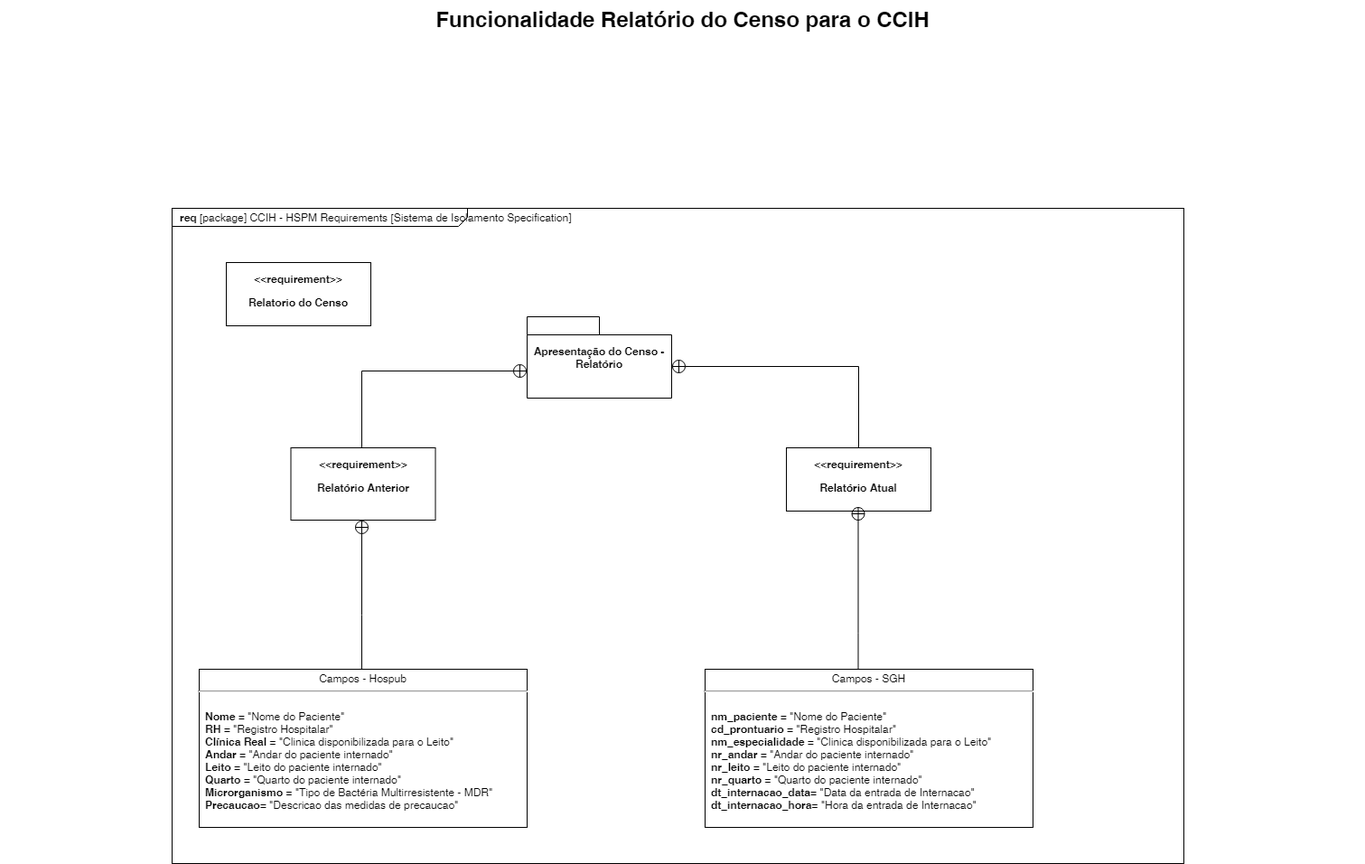
henriqlustosa/Base_Sistema_Isolamento keeps this draw.io diagram as Untitled Diagram.png. Above is the earlier version. Source tidied: cells renumbered, new cells last; positions are measured from the earlier drawing's top-left corner, leaving out a move shared by most shapes.
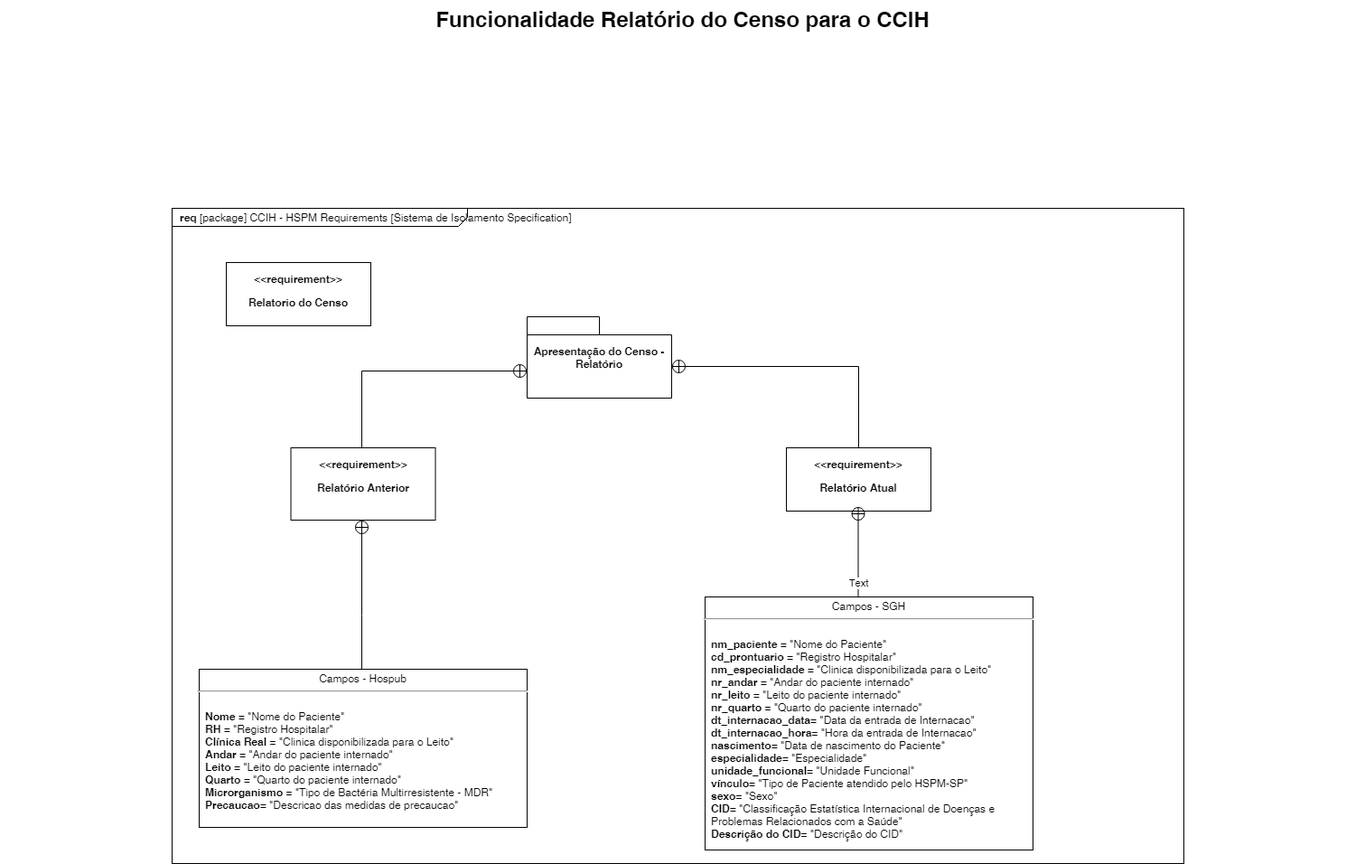
The same diagram one commit later.

Commit message:
Atualização dos campos utilizados no Sistema Isolamento

What changed in the source:
```diff
@@ -47,18 +47,19 @@
     <mxCell id="11" value="Funcionalidade Relatório do Censo para o CCIH" style="text;strokeColor=none;fillColor=none;html=1;fontSize=24;fontStyle=1;verticalAlign=middle;align=center;" parent="1" vertex="1">
       <mxGeometry width="1510" height="40" as="geometry" />
     </mxCell>
-    <mxCell id="12" value="&lt;p style=&quot;margin: 0px ; margin-top: 4px ; text-align: center&quot;&gt;Campos - SGH&lt;/p&gt;&lt;hr&gt;&lt;p style=&quot;margin: 0px ; margin-left: 8px ; text-align: left&quot;&gt;&lt;br&gt;&lt;/p&gt;&lt;p style=&quot;margin: 0px ; margin-left: 8px ; text-align: left&quot;&gt;&lt;b&gt;nm_paciente&amp;nbsp;&lt;/b&gt;= &quot;Nome do Paciente&quot;&lt;/p&gt;&lt;p style=&quot;margin: 0px ; margin-left: 8px ; text-align: left&quot;&gt;&lt;b&gt;&lt;span&gt;cd_prontuario&lt;/span&gt;&lt;span&gt;&amp;nbsp;&lt;/span&gt;&lt;/b&gt;&lt;span&gt;= &quot;Registro Hospitalar&quot;&lt;/span&gt;&lt;/p&gt;&lt;p style=&quot;margin: 0px ; margin-left: 8px ; text-align: left&quot;&gt;&lt;b&gt;nm_especialidade&amp;nbsp;&lt;/b&gt;= &quot;Clinica disponibilizada para o Leito&quot;&lt;/p&gt;&lt;p style=&quot;margin: 0px ; margin-left: 8px ; text-align: left&quot;&gt;&lt;b&gt;nr_andar &lt;/b&gt;= &quot;Andar do paciente internado&quot;&lt;/p&gt;&lt;p style=&quot;margin: 0px ; margin-left: 8px ; text-align: left&quot;&gt;&lt;b&gt;nr_leito&amp;nbsp;&lt;/b&gt;= &quot;Leito do paciente internado&quot;&lt;br&gt;&lt;/p&gt;&lt;p style=&quot;margin: 0px ; margin-left: 8px ; text-align: left&quot;&gt;&lt;b&gt;nr_quarto&amp;nbsp;&lt;/b&gt;= &quot;Quarto do paciente internado&quot;&lt;br&gt;&lt;/p&gt;&lt;p style=&quot;margin: 0px ; margin-left: 8px ; text-align: left&quot;&gt;&lt;b&gt;dt_internacao_data&lt;/b&gt;= &quot;Data da entrada de Internacao&quot;&lt;span&gt;&lt;br&gt;&lt;/span&gt;&lt;/p&gt;&lt;p style=&quot;margin: 0px ; margin-left: 8px ; text-align: left&quot;&gt;&lt;b&gt;dt_internacao_hora&lt;/b&gt;= &quot;Hora da entrada de Internacao&quot;&lt;br&gt;&lt;/p&gt;" style="shape=rect;html=1;overflow=fill;whiteSpace=wrap;" parent="1" vertex="1">
-      <mxGeometry x="780" y="740" width="363" height="175" as="geometry" />
+    <mxCell id="12" value="&lt;p style=&quot;margin: 0px ; margin-top: 4px ; text-align: center&quot;&gt;Campos - SGH&lt;/p&gt;&lt;hr&gt;&lt;p style=&quot;margin: 0px ; margin-left: 8px ; text-align: left&quot;&gt;&lt;br&gt;&lt;/p&gt;&lt;p style=&quot;margin: 0px ; margin-left: 8px ; text-align: left&quot;&gt;&lt;b&gt;nm_paciente&amp;nbsp;&lt;/b&gt;= &quot;Nome do Paciente&quot;&lt;/p&gt;&lt;p style=&quot;margin: 0px ; margin-left: 8px ; text-align: left&quot;&gt;&lt;b&gt;&lt;span&gt;cd_prontuario&lt;/span&gt;&lt;span&gt;&amp;nbsp;&lt;/span&gt;&lt;/b&gt;&lt;span&gt;= &quot;Registro Hospitalar&quot;&lt;/span&gt;&lt;/p&gt;&lt;p style=&quot;margin: 0px ; margin-left: 8px ; text-align: left&quot;&gt;&lt;b&gt;nm_especialidade&amp;nbsp;&lt;/b&gt;= &quot;Clinica disponibilizada para o Leito&quot;&lt;/p&gt;&lt;p style=&quot;margin: 0px ; margin-left: 8px ; text-align: left&quot;&gt;&lt;b&gt;nr_andar &lt;/b&gt;= &quot;Andar do paciente internado&quot;&lt;/p&gt;&lt;p style=&quot;margin: 0px ; margin-left: 8px ; text-align: left&quot;&gt;&lt;b&gt;nr_leito&amp;nbsp;&lt;/b&gt;= &quot;Leito do paciente internado&quot;&lt;br&gt;&lt;/p&gt;&lt;p style=&quot;margin: 0px ; margin-left: 8px ; text-align: left&quot;&gt;&lt;b&gt;nr_quarto&amp;nbsp;&lt;/b&gt;= &quot;Quarto do paciente internado&quot;&lt;br&gt;&lt;/p&gt;&lt;p style=&quot;margin: 0px ; margin-left: 8px ; text-align: left&quot;&gt;&lt;b&gt;dt_internacao_data&lt;/b&gt;= &quot;Data da entrada de Internacao&quot;&lt;span&gt;&lt;br&gt;&lt;/span&gt;&lt;/p&gt;&lt;p style=&quot;margin: 0px ; margin-left: 8px ; text-align: left&quot;&gt;&lt;b&gt;dt_internacao_hora&lt;/b&gt;= &quot;Hora da entrada de Internacao&quot;&lt;br&gt;&lt;/p&gt;&lt;p style=&quot;margin: 0px ; margin-left: 8px ; text-align: left&quot;&gt;&lt;b&gt;nascimento&lt;/b&gt;= &quot;Data de nascimento do Paciente&quot;&lt;br&gt;&lt;/p&gt;&lt;p style=&quot;margin: 0px ; margin-left: 8px ; text-align: left&quot;&gt;&lt;b&gt;especialidade&lt;/b&gt;= &quot;Especialidade&quot;&lt;br&gt;&lt;/p&gt;&lt;p style=&quot;margin: 0px ; margin-left: 8px ; text-align: left&quot;&gt;&lt;b&gt;unidade_funcional&lt;/b&gt;= &quot;Unidade Funcional&quot;&lt;br&gt;&lt;/p&gt;&lt;p style=&quot;margin: 0px ; margin-left: 8px ; text-align: left&quot;&gt;&lt;b&gt;vínculo&lt;/b&gt;= &quot;Tipo de Paciente atendido pelo HSPM-SP&quot;&lt;br&gt;&lt;/p&gt;&lt;p style=&quot;margin: 0px 0px 0px 8px ; text-align: left&quot;&gt;&lt;b&gt;sexo&lt;/b&gt;= &quot;Sexo&quot;&lt;br&gt;&lt;/p&gt;&lt;p style=&quot;margin: 0px 0px 0px 8px ; text-align: left&quot;&gt;&lt;b&gt;CID&lt;/b&gt;= &quot;Classificação Estatística Internacional de Doenças e Problemas Relacionados com a Saúde&quot;&lt;/p&gt;&lt;p style=&quot;margin: 0px 0px 0px 8px ; text-align: left&quot;&gt;&lt;b&gt;Descrição do CID&lt;/b&gt;&lt;span&gt;= &quot;Descrição do CID&quot;&lt;/span&gt;&lt;/p&gt;" style="shape=rect;html=1;overflow=fill;whiteSpace=wrap;" parent="1" vertex="1">
+      <mxGeometry x="780" y="660" width="363" height="280" as="geometry" />
     </mxCell>
-    <mxCell id="13" style="edgeStyle=orthogonalEdgeStyle;rounded=0;html=1;endArrow=circlePlus;endFill=0;jettySize=auto;orthogonalLoop=1;" parent="1" edge="1">
+    <mxCell id="13" style="edgeStyle=orthogonalEdgeStyle;rounded=0;html=1;endArrow=circlePlus;endFill=0;jettySize=auto;exitX=0.5;exitY=0;exitDx=0;exitDy=0;" parent="1" edge="1" source="12">
       <mxGeometry relative="1" as="geometry">
-        <mxPoint x="949.5" y="740" as="sourcePoint" />
         <mxPoint x="949.5" y="560" as="targetPoint" />
         <Array as="points">
-          <mxPoint x="949.5" y="700" />
-          <mxPoint x="949.5" y="700" />
+          <mxPoint x="950" y="660" />
         </Array>
       </mxGeometry>
     </mxCell>
+    <mxCell id="14" value="Text" style="edgeLabel;html=1;align=center;verticalAlign=middle;" parent="13" vertex="1">
+      <mxGeometry x="-0.49" relative="1" as="geometry" />
+    </mxCell>
   </root>
 </mxGraphModel>
```
